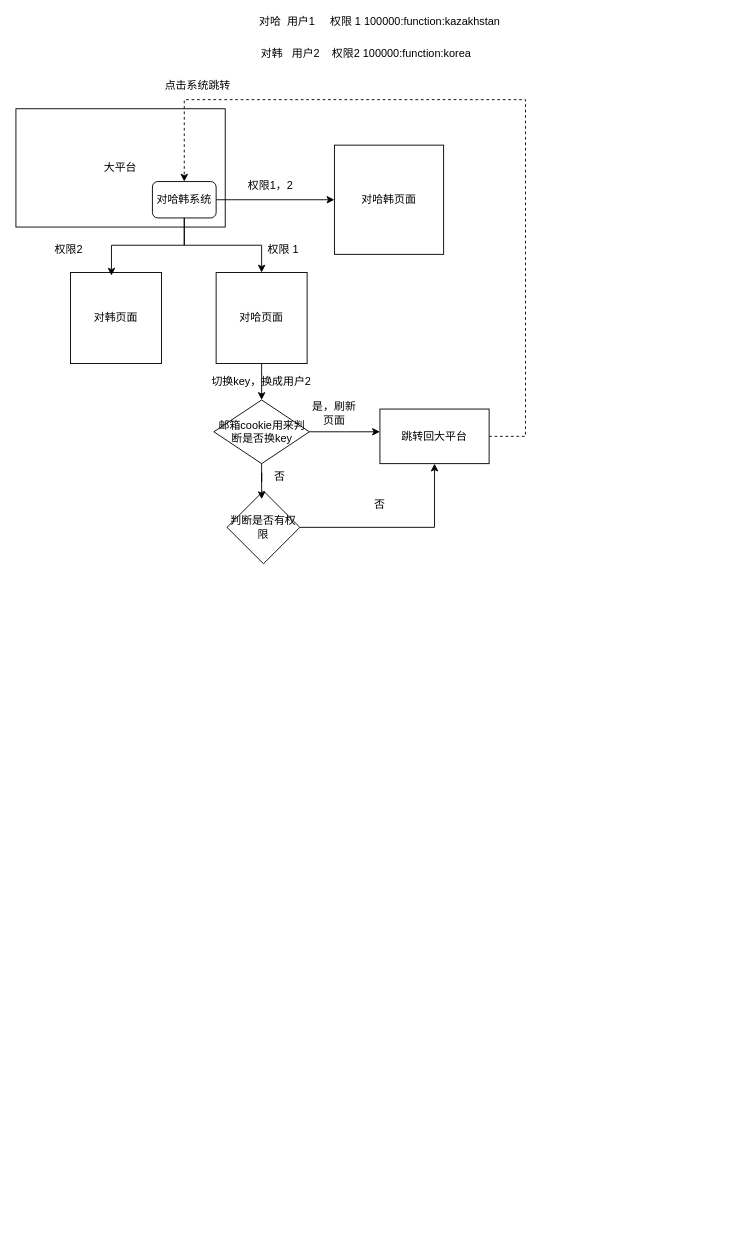
This is hnzj.drawio from Rodma1/draw, a draw.io file, before an edit. Source tidied: cells renumbered, new cells numbered last; positions are measured from the earlier drawing's top-left corner, leaving out a move shared by most shapes. Both pictures are drawn from the tidied source at 91%, with x=0, y=0 at pixel (15, 17).
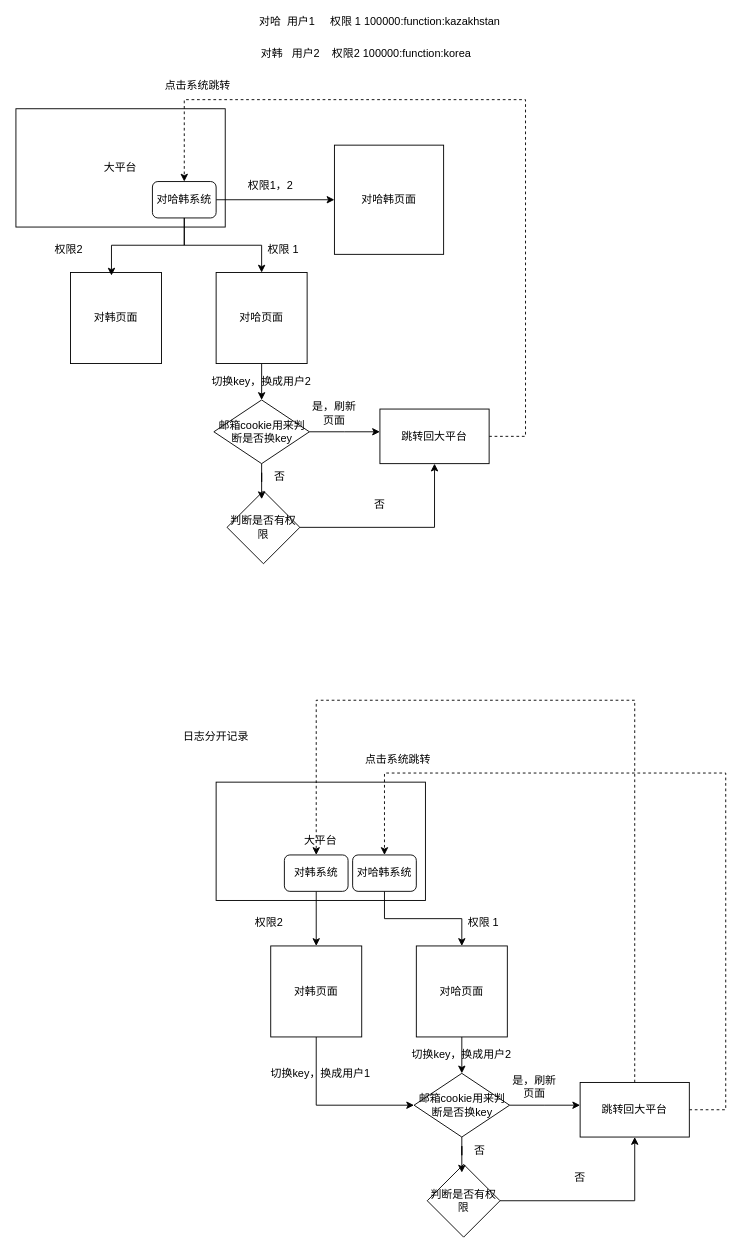
Above is the later version.

Diff of the diagram source:
```diff
@@
+    <mxCell id="28" value="大平台" style="rounded=0;whiteSpace=wrap;html=1;" parent="1" vertex="1">
+      <mxGeometry x="220" y="840" width="230" height="130" as="geometry" />
+    </mxCell>
+    <mxCell id="29" style="edgeStyle=orthogonalEdgeStyle;rounded=0;jettySize=auto;html=1;entryX=0.5;entryY=0;entryDx=0;entryDy=0;" parent="1" edge="1" source="30" target="32">
+      <mxGeometry relative="1" as="geometry" />
+    </mxCell>
+    <mxCell id="30" value="对哈韩系统" style="rounded=1;whiteSpace=wrap;html=1;" parent="1" vertex="1">
+      <mxGeometry x="370" y="920" width="70" height="40" as="geometry" />
+    </mxCell>
+    <mxCell id="31" style="edgeStyle=orthogonalEdgeStyle;rounded=0;jettySize=auto;html=1;entryX=0.5;entryY=0;entryDx=0;entryDy=0;" parent="1" edge="1" source="32" target="38">
+      <mxGeometry relative="1" as="geometry" />
+    </mxCell>
+    <mxCell id="32" value="对哈页面" style="whiteSpace=wrap;html=1;" parent="1" vertex="1">
+      <mxGeometry x="440" y="1020" width="100" height="100" as="geometry" />
+    </mxCell>
+    <mxCell id="33" value="权限 1" style="text;html=1;whiteSpace=wrap;strokeColor=none;fillColor=none;align=center;verticalAlign=middle;rounded=0;" parent="1" vertex="1">
+      <mxGeometry x="484" y="980" width="60" height="30" as="geometry" />
+    </mxCell>
+    <mxCell id="34" style="edgeStyle=orthogonalEdgeStyle;rounded=0;jettySize=auto;html=1;entryX=0;entryY=0.5;entryDx=0;entryDy=0;" parent="1" edge="1" source="35" target="38">
+      <mxGeometry relative="1" as="geometry">
+        <Array as="points">
+          <mxPoint x="330" y="1195" />
+        </Array>
+      </mxGeometry>
+    </mxCell>
+    <mxCell id="35" value="对韩页面" style="whiteSpace=wrap;html=1;" parent="1" vertex="1">
+      <mxGeometry x="280" y="1020" width="100" height="100" as="geometry" />
+    </mxCell>
+    <mxCell id="36" value="权限2&amp;nbsp;" style="text;html=1;whiteSpace=wrap;strokeColor=none;fillColor=none;align=center;verticalAlign=middle;rounded=0;" parent="1" vertex="1">
+      <mxGeometry x="250" y="980" width="60" height="30" as="geometry" />
+    </mxCell>
+    <mxCell id="37" style="edgeStyle=orthogonalEdgeStyle;rounded=0;jettySize=auto;html=1;" parent="1" edge="1" source="38">
+      <mxGeometry relative="1" as="geometry">
+        <mxPoint x="620" y="1195" as="targetPoint" />
+      </mxGeometry>
+    </mxCell>
+    <mxCell id="38" value="邮箱cookie用来判断是否换key" style="rhombus;whiteSpace=wrap;html=1;" parent="1" vertex="1">
+      <mxGeometry x="437.5" y="1160" width="105" height="70" as="geometry" />
+    </mxCell>
+    <mxCell id="39" value="切换key，换成用户2" style="text;html=1;whiteSpace=wrap;strokeColor=none;fillColor=none;align=center;verticalAlign=middle;rounded=0;" parent="1" vertex="1">
+      <mxGeometry x="410" y="1130" width="160" height="20" as="geometry" />
+    </mxCell>
+    <mxCell id="40" style="edgeStyle=orthogonalEdgeStyle;rounded=0;jettySize=auto;html=1;entryX=0.5;entryY=0;entryDx=0;entryDy=0;dashed=1;" parent="1" edge="1" source="42" target="30">
+      <mxGeometry relative="1" as="geometry">
+        <Array as="points">
+          <mxPoint x="780" y="1200" />
+          <mxPoint x="780" y="830" />
+          <mxPoint x="405" y="830" />
+        </Array>
+      </mxGeometry>
+    </mxCell>
+    <mxCell id="41" style="edgeStyle=orthogonalEdgeStyle;rounded=0;jettySize=auto;html=1;entryX=0.5;entryY=0;entryDx=0;entryDy=0;dashed=1;" parent="1" edge="1" source="42" target="51">
+      <mxGeometry relative="1" as="geometry">
+        <Array as="points">
+          <mxPoint x="680" y="750" />
+          <mxPoint x="330" y="750" />
+        </Array>
+      </mxGeometry>
+    </mxCell>
+    <mxCell id="42" value="跳转回大平台" style="rounded=0;whiteSpace=wrap;html=1;" parent="1" vertex="1">
+      <mxGeometry x="620" y="1170" width="120" height="60" as="geometry" />
+    </mxCell>
+    <mxCell id="43" value="是，刷新页面" style="text;html=1;whiteSpace=wrap;strokeColor=none;fillColor=none;align=center;verticalAlign=middle;rounded=0;" parent="1" vertex="1">
+      <mxGeometry x="540" y="1160" width="60" height="30" as="geometry" />
+    </mxCell>
+    <mxCell id="44" value="点击系统跳转" style="text;html=1;whiteSpace=wrap;strokeColor=none;fillColor=none;align=center;verticalAlign=middle;rounded=0;" parent="1" vertex="1">
+      <mxGeometry x="370" y="800" width="100" height="30" as="geometry" />
+    </mxCell>
+    <mxCell id="45" style="edgeStyle=orthogonalEdgeStyle;rounded=0;jettySize=auto;html=1;entryX=0.5;entryY=1;entryDx=0;entryDy=0;" parent="1" edge="1" source="46" target="42">
+      <mxGeometry relative="1" as="geometry" />
+    </mxCell>
+    <mxCell id="46" value="判断是否有权限" style="rhombus;whiteSpace=wrap;html=1;" parent="1" vertex="1">
+      <mxGeometry x="452" y="1260" width="80" height="80" as="geometry" />
+    </mxCell>
+    <mxCell id="47" style="edgeStyle=orthogonalEdgeStyle;rounded=0;jettySize=auto;html=1;entryX=0.475;entryY=0.113;entryDx=0;entryDy=0;entryPerimeter=0;" parent="1" edge="1" source="38" target="46">
+      <mxGeometry relative="1" as="geometry" />
+    </mxCell>
+    <mxCell id="48" value="否" style="text;html=1;whiteSpace=wrap;strokeColor=none;fillColor=none;align=center;verticalAlign=middle;rounded=0;" parent="1" vertex="1">
+      <mxGeometry x="480" y="1230" width="60" height="30" as="geometry" />
+    </mxCell>
+    <mxCell id="49" value="否" style="text;html=1;whiteSpace=wrap;strokeColor=none;fillColor=none;align=center;verticalAlign=middle;rounded=0;" parent="1" vertex="1">
+      <mxGeometry x="590" y="1260" width="60" height="30" as="geometry" />
+    </mxCell>
+    <mxCell id="50" style="edgeStyle=orthogonalEdgeStyle;rounded=0;jettySize=auto;html=1;entryX=0.5;entryY=0;entryDx=0;entryDy=0;" parent="1" edge="1" source="51" target="35">
+      <mxGeometry relative="1" as="geometry" />
+    </mxCell>
+    <mxCell id="51" value="对韩系统" style="rounded=1;whiteSpace=wrap;html=1;" parent="1" vertex="1">
+      <mxGeometry x="295" y="920" width="70" height="40" as="geometry" />
+    </mxCell>
+    <mxCell id="52" value="切换key，换成用户1" style="text;html=1;whiteSpace=wrap;strokeColor=none;fillColor=none;align=center;verticalAlign=middle;rounded=0;" parent="1" vertex="1">
+      <mxGeometry x="255" y="1150" width="160" height="20" as="geometry" />
+    </mxCell>
+    <mxCell id="53" value="日志分开记录" style="text;html=1;whiteSpace=wrap;strokeColor=none;fillColor=none;align=center;verticalAlign=middle;rounded=0;" parent="1" vertex="1">
+      <mxGeometry x="160" y="780" width="120" height="20" as="geometry" />
+    </mxCell>
```
